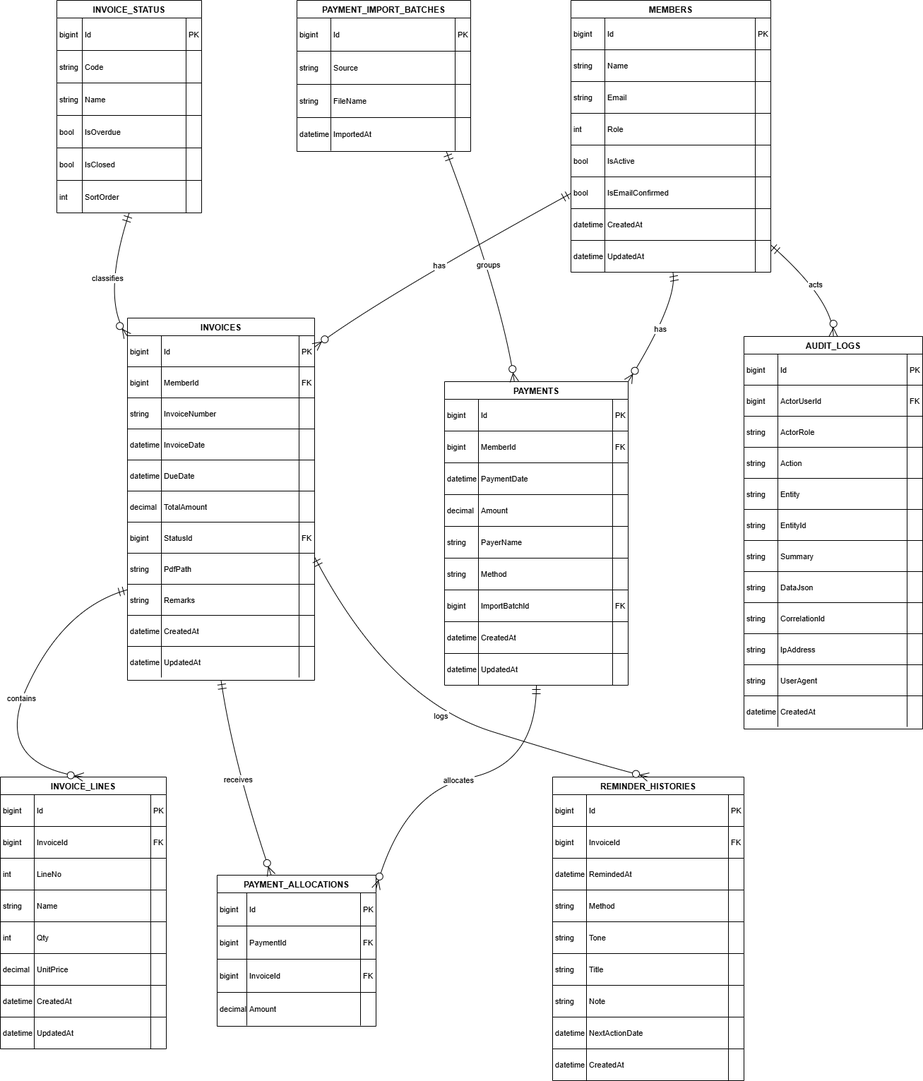
Before: docs/diagram/er-diagram.drawio.png, a diagram exported from draw.io (fewioaghwrao/Invoice-management-system-lite). Source tidied: cells renumbered, new cells last; positions are measured from the earlier drawing's top-left corner, leaving out a move shared by most shapes.
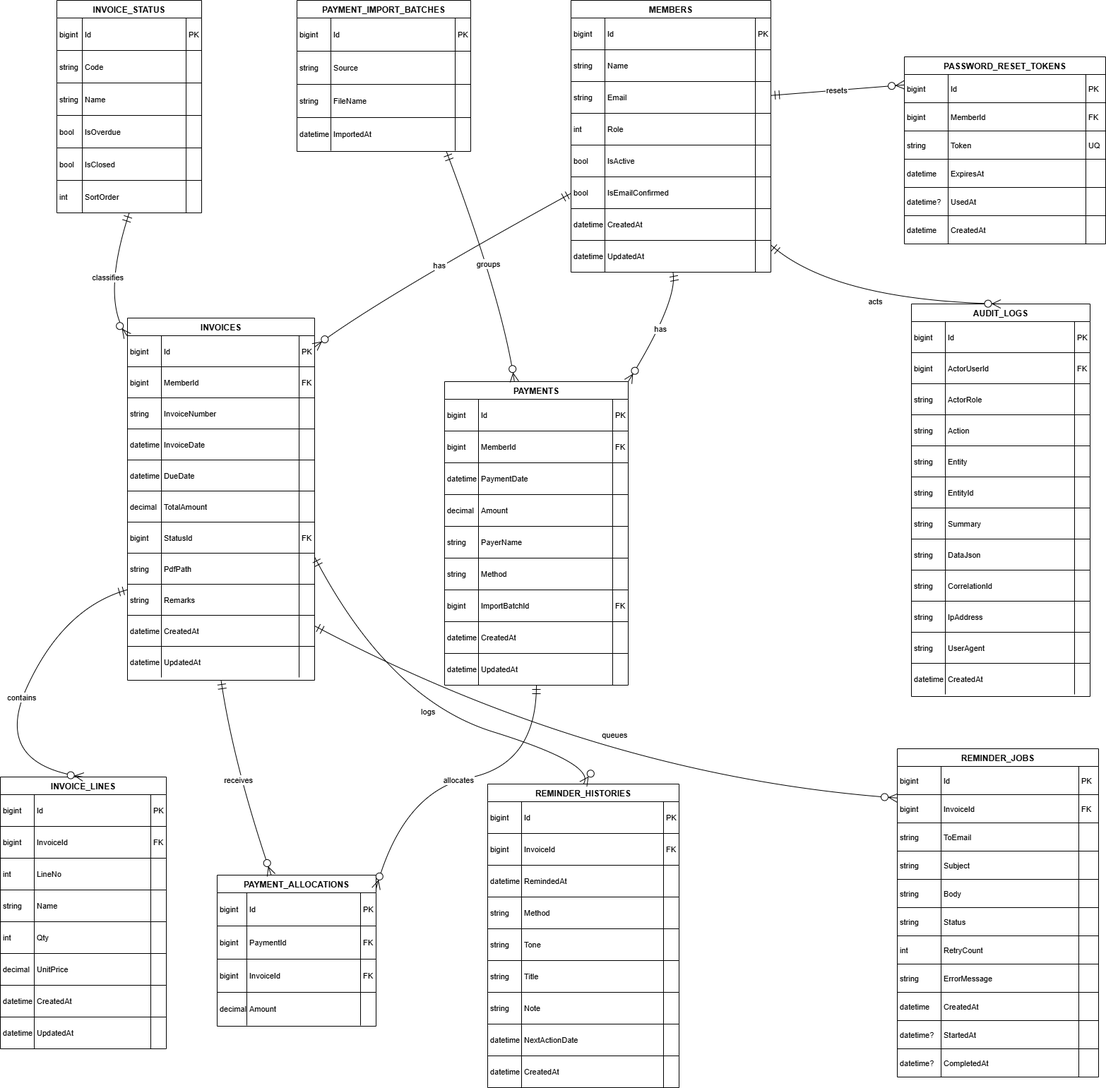
Above is the later version.

Commit message:
Update Dockerfile and diagrams

Change to the diagram source:
```diff
@@ -624,7 +624,7 @@
       <mxGeometry x="203" width="22" height="47" as="geometry" />
     </mxCell>
     <mxCell id="209" value="REMINDER_HISTORIES" style="shape=table;startSize=25;rowLines=1;fontStyle=1;align=center;" parent="1" vertex="1">
-      <mxGeometry x="795" y="1100" width="271" height="430" as="geometry" />
+      <mxGeometry x="703" y="1110" width="271" height="430" as="geometry" />
     </mxCell>
     <mxCell id="210" style="shape=tableRow;horizontal=0;startSize=0;swimlaneHead=0;swimlaneBody=0;fillColor=none;top=0;left=0;right=0;bottom=0;" parent="209" vertex="1">
       <mxGeometry y="25" width="271" height="45" as="geometry" />
@@ -735,7 +735,7 @@
       <mxGeometry x="249" width="22" height="45" as="geometry" />
     </mxCell>
     <mxCell id="246" value="AUDIT_LOGS" style="shape=table;startSize=25;rowLines=1;fontStyle=1;align=center;" parent="1" vertex="1">
-      <mxGeometry x="1066" y="476" width="253" height="556" as="geometry" />
+      <mxGeometry x="1303" y="430" width="253" height="556" as="geometry" />
     </mxCell>
     <mxCell id="247" style="shape=tableRow;horizontal=0;startSize=0;swimlaneHead=0;swimlaneBody=0;fillColor=none;top=0;left=0;right=0;bottom=0;" parent="246" vertex="1">
       <mxGeometry y="25" width="253" height="44" as="geometry" />
@@ -947,5 +947,225 @@
         </Array>
       </mxGeometry>
     </mxCell>
+    <mxCell id="304" value="PASSWORD_RESET_TOKENS" style="shape=table;startSize=25;rowLines=1;fontStyle=1;align=center;" parent="1" vertex="1">
+      <mxGeometry x="1293" y="80" width="285" height="265" as="geometry" />
+    </mxCell>
+    <mxCell id="305" style="shape=tableRow;horizontal=0;startSize=0;swimlaneHead=0;swimlaneBody=0;fillColor=none;top=0;left=0;right=0;bottom=0;" parent="304" vertex="1">
+      <mxGeometry y="25" width="285" height="40" as="geometry" />
+    </mxCell>
+    <mxCell id="306" value="bigint" style="shape=partialRectangle;fillColor=none;top=0;left=0;bottom=0;right=0;align=left;spacingLeft=2;overflow=hidden;fontSize=11;" parent="305" vertex="1">
+      <mxGeometry width="62" height="40" as="geometry" />
+    </mxCell>
+    <mxCell id="307" value="Id" style="shape=partialRectangle;fillColor=none;top=0;left=0;bottom=0;right=0;align=left;spacingLeft=2;overflow=hidden;fontSize=11;" parent="305" vertex="1">
+      <mxGeometry x="62" width="195" height="40" as="geometry" />
+    </mxCell>
+    <mxCell id="308" value="PK" style="shape=partialRectangle;fillColor=none;top=0;left=0;bottom=0;right=0;align=left;spacingLeft=2;overflow=hidden;fontSize=11;" parent="305" vertex="1">
+      <mxGeometry x="257" width="28" height="40" as="geometry" />
+    </mxCell>
+    <mxCell id="309" style="shape=tableRow;horizontal=0;startSize=0;swimlaneHead=0;swimlaneBody=0;fillColor=none;top=0;left=0;right=0;bottom=0;" parent="304" vertex="1">
+      <mxGeometry y="65" width="285" height="40" as="geometry" />
+    </mxCell>
+    <mxCell id="310" value="bigint" style="shape=partialRectangle;fillColor=none;top=0;left=0;bottom=0;right=0;align=left;spacingLeft=2;overflow=hidden;fontSize=11;" parent="309" vertex="1">
+      <mxGeometry width="62" height="40" as="geometry" />
+    </mxCell>
+    <mxCell id="311" value="MemberId" style="shape=partialRectangle;fillColor=none;top=0;left=0;bottom=0;right=0;align=left;spacingLeft=2;overflow=hidden;fontSize=11;" parent="309" vertex="1">
+      <mxGeometry x="62" width="195" height="40" as="geometry" />
+    </mxCell>
+    <mxCell id="312" value="FK" style="shape=partialRectangle;fillColor=none;top=0;left=0;bottom=0;right=0;align=left;spacingLeft=2;overflow=hidden;fontSize=11;" parent="309" vertex="1">
+      <mxGeometry x="257" width="28" height="40" as="geometry" />
+    </mxCell>
+    <mxCell id="313" style="shape=tableRow;horizontal=0;startSize=0;swimlaneHead=0;swimlaneBody=0;fillColor=none;top=0;left=0;right=0;bottom=0;" parent="304" vertex="1">
+      <mxGeometry y="105" width="285" height="40" as="geometry" />
+    </mxCell>
+    <mxCell id="314" value="string" style="shape=partialRectangle;fillColor=none;top=0;left=0;bottom=0;right=0;align=left;spacingLeft=2;overflow=hidden;fontSize=11;" parent="313" vertex="1">
+      <mxGeometry width="62" height="40" as="geometry" />
+    </mxCell>
+    <mxCell id="315" value="Token" style="shape=partialRectangle;fillColor=none;top=0;left=0;bottom=0;right=0;align=left;spacingLeft=2;overflow=hidden;fontSize=11;" parent="313" vertex="1">
+      <mxGeometry x="62" width="195" height="40" as="geometry" />
+    </mxCell>
+    <mxCell id="316" value="UQ" style="shape=partialRectangle;fillColor=none;top=0;left=0;bottom=0;right=0;align=left;spacingLeft=2;overflow=hidden;fontSize=11;" parent="313" vertex="1">
+      <mxGeometry x="257" width="28" height="40" as="geometry" />
+    </mxCell>
+    <mxCell id="317" style="shape=tableRow;horizontal=0;startSize=0;swimlaneHead=0;swimlaneBody=0;fillColor=none;top=0;left=0;right=0;bottom=0;" parent="304" vertex="1">
+      <mxGeometry y="145" width="285" height="40" as="geometry" />
+    </mxCell>
+    <mxCell id="318" value="datetime" style="shape=partialRectangle;fillColor=none;top=0;left=0;bottom=0;right=0;align=left;spacingLeft=2;overflow=hidden;fontSize=11;" parent="317" vertex="1">
+      <mxGeometry width="62" height="40" as="geometry" />
+    </mxCell>
+    <mxCell id="319" value="ExpiresAt" style="shape=partialRectangle;fillColor=none;top=0;left=0;bottom=0;right=0;align=left;spacingLeft=2;overflow=hidden;fontSize=11;" parent="317" vertex="1">
+      <mxGeometry x="62" width="195" height="40" as="geometry" />
+    </mxCell>
+    <mxCell id="320" style="shape=partialRectangle;fillColor=none;top=0;left=0;bottom=0;right=0;align=left;spacingLeft=2;overflow=hidden;fontSize=11;" parent="317" vertex="1">
+      <mxGeometry x="257" width="28" height="40" as="geometry" />
+    </mxCell>
+    <mxCell id="321" style="shape=tableRow;horizontal=0;startSize=0;swimlaneHead=0;swimlaneBody=0;fillColor=none;top=0;left=0;right=0;bottom=0;" parent="304" vertex="1">
+      <mxGeometry y="185" width="285" height="40" as="geometry" />
+    </mxCell>
+    <mxCell id="322" value="datetime?" style="shape=partialRectangle;fillColor=none;top=0;left=0;bottom=0;right=0;align=left;spacingLeft=2;overflow=hidden;fontSize=11;" parent="321" vertex="1">
+      <mxGeometry width="62" height="40" as="geometry" />
+    </mxCell>
+    <mxCell id="323" value="UsedAt" style="shape=partialRectangle;fillColor=none;top=0;left=0;bottom=0;right=0;align=left;spacingLeft=2;overflow=hidden;fontSize=11;" parent="321" vertex="1">
+      <mxGeometry x="62" width="195" height="40" as="geometry" />
+    </mxCell>
+    <mxCell id="324" style="shape=partialRectangle;fillColor=none;top=0;left=0;bottom=0;right=0;align=left;spacingLeft=2;overflow=hidden;fontSize=11;" parent="321" vertex="1">
+      <mxGeometry x="257" width="28" height="40" as="geometry" />
+    </mxCell>
+    <mxCell id="325" style="shape=tableRow;horizontal=0;startSize=0;swimlaneHead=0;swimlaneBody=0;fillColor=none;top=0;left=0;right=0;bottom=0;" parent="304" vertex="1">
+      <mxGeometry y="225" width="285" height="40" as="geometry" />
+    </mxCell>
+    <mxCell id="326" value="datetime" style="shape=partialRectangle;fillColor=none;top=0;left=0;bottom=0;right=0;align=left;spacingLeft=2;overflow=hidden;fontSize=11;" parent="325" vertex="1">
+      <mxGeometry width="62" height="40" as="geometry" />
+    </mxCell>
+    <mxCell id="327" value="CreatedAt" style="shape=partialRectangle;fillColor=none;top=0;left=0;bottom=0;right=0;align=left;spacingLeft=2;overflow=hidden;fontSize=11;" parent="325" vertex="1">
+      <mxGeometry x="62" width="195" height="40" as="geometry" />
+    </mxCell>
+    <mxCell id="328" style="shape=partialRectangle;fillColor=none;top=0;left=0;bottom=0;right=0;align=left;spacingLeft=2;overflow=hidden;fontSize=11;" parent="325" vertex="1">
+      <mxGeometry x="257" width="28" height="40" as="geometry" />
+    </mxCell>
+    <mxCell id="329" value="REMINDER_JOBS" style="shape=table;startSize=25;rowLines=1;fontStyle=1;align=center;" parent="1" vertex="1">
+      <mxGeometry x="1283" y="1060" width="285" height="465" as="geometry" />
+    </mxCell>
+    <mxCell id="330" style="shape=tableRow;horizontal=0;startSize=0;swimlaneHead=0;swimlaneBody=0;fillColor=none;top=0;left=0;right=0;bottom=0;" parent="329" vertex="1">
+      <mxGeometry y="25" width="285" height="40" as="geometry" />
+    </mxCell>
+    <mxCell id="331" value="bigint" style="shape=partialRectangle;fillColor=none;top=0;left=0;bottom=0;right=0;align=left;spacingLeft=2;overflow=hidden;fontSize=11;" parent="330" vertex="1">
+      <mxGeometry width="62" height="40" as="geometry" />
+    </mxCell>
+    <mxCell id="332" value="Id" style="shape=partialRectangle;fillColor=none;top=0;left=0;bottom=0;right=0;align=left;spacingLeft=2;overflow=hidden;fontSize=11;" parent="330" vertex="1">
+      <mxGeometry x="62" width="195" height="40" as="geometry" />
+    </mxCell>
+    <mxCell id="333" value="PK" style="shape=partialRectangle;fillColor=none;top=0;left=0;bottom=0;right=0;align=left;spacingLeft=2;overflow=hidden;fontSize=11;" parent="330" vertex="1">
+      <mxGeometry x="257" width="28" height="40" as="geometry" />
+    </mxCell>
+    <mxCell id="334" style="shape=tableRow;horizontal=0;startSize=0;swimlaneHead=0;swimlaneBody=0;fillColor=none;top=0;left=0;right=0;bottom=0;" parent="329" vertex="1">
+      <mxGeometry y="65" width="285" height="40" as="geometry" />
+    </mxCell>
+    <mxCell id="335" value="bigint" style="shape=partialRectangle;fillColor=none;top=0;left=0;bottom=0;right=0;align=left;spacingLeft=2;overflow=hidden;fontSize=11;" parent="334" vertex="1">
+      <mxGeometry width="62" height="40" as="geometry" />
+    </mxCell>
+    <mxCell id="336" value="InvoiceId" style="shape=partialRectangle;fillColor=none;top=0;left=0;bottom=0;right=0;align=left;spacingLeft=2;overflow=hidden;fontSize=11;" parent="334" vertex="1">
+      <mxGeometry x="62" width="195" height="40" as="geometry" />
+    </mxCell>
+    <mxCell id="337" value="FK" style="shape=partialRectangle;fillColor=none;top=0;left=0;bottom=0;right=0;align=left;spacingLeft=2;overflow=hidden;fontSize=11;" parent="334" vertex="1">
+      <mxGeometry x="257" width="28" height="40" as="geometry" />
+    </mxCell>
+    <mxCell id="338" style="shape=tableRow;horizontal=0;startSize=0;swimlaneHead=0;swimlaneBody=0;fillColor=none;top=0;left=0;right=0;bottom=0;" parent="329" vertex="1">
+      <mxGeometry y="105" width="285" height="40" as="geometry" />
+    </mxCell>
+    <mxCell id="339" value="string" style="shape=partialRectangle;fillColor=none;top=0;left=0;bottom=0;right=0;align=left;spacingLeft=2;overflow=hidden;fontSize=11;" parent="338" vertex="1">
+      <mxGeometry width="62" height="40" as="geometry" />
+    </mxCell>
+    <mxCell id="340" value="ToEmail" style="shape=partialRectangle;fillColor=none;top=0;left=0;bottom=0;right=0;align=left;spacingLeft=2;overflow=hidden;fontSize=11;" parent="338" vertex="1">
+      <mxGeometry x="62" width="195" height="40" as="geometry" />
+    </mxCell>
+    <mxCell id="341" style="shape=partialRectangle;fillColor=none;top=0;left=0;bottom=0;right=0;align=left;spacingLeft=2;overflow=hidden;fontSize=11;" parent="338" vertex="1">
+      <mxGeometry x="257" width="28" height="40" as="geometry" />
+    </mxCell>
+    <mxCell id="342" style="shape=tableRow;horizontal=0;startSize=0;swimlaneHead=0;swimlaneBody=0;fillColor=none;top=0;left=0;right=0;bottom=0;" parent="329" vertex="1">
+      <mxGeometry y="145" width="285" height="40" as="geometry" />
+    </mxCell>
+    <mxCell id="343" value="string" style="shape=partialRectangle;fillColor=none;top=0;left=0;bottom=0;right=0;align=left;spacingLeft=2;overflow=hidden;fontSize=11;" parent="342" vertex="1">
+      <mxGeometry width="62" height="40" as="geometry" />
+    </mxCell>
+    <mxCell id="344" value="Subject" style="shape=partialRectangle;fillColor=none;top=0;left=0;bottom=0;right=0;align=left;spacingLeft=2;overflow=hidden;fontSize=11;" parent="342" vertex="1">
+      <mxGeometry x="62" width="195" height="40" as="geometry" />
+    </mxCell>
+    <mxCell id="345" style="shape=partialRectangle;fillColor=none;top=0;left=0;bottom=0;right=0;align=left;spacingLeft=2;overflow=hidden;fontSize=11;" parent="342" vertex="1">
+      <mxGeometry x="257" width="28" height="40" as="geometry" />
+    </mxCell>
+    <mxCell id="346" style="shape=tableRow;horizontal=0;startSize=0;swimlaneHead=0;swimlaneBody=0;fillColor=none;top=0;left=0;right=0;bottom=0;" parent="329" vertex="1">
+      <mxGeometry y="185" width="285" height="40" as="geometry" />
+    </mxCell>
+    <mxCell id="347" value="string" style="shape=partialRectangle;fillColor=none;top=0;left=0;bottom=0;right=0;align=left;spacingLeft=2;overflow=hidden;fontSize=11;" parent="346" vertex="1">
+      <mxGeometry width="62" height="40" as="geometry" />
+    </mxCell>
+    <mxCell id="348" value="Body" style="shape=partialRectangle;fillColor=none;top=0;left=0;bottom=0;right=0;align=left;spacingLeft=2;overflow=hidden;fontSize=11;" parent="346" vertex="1">
+      <mxGeometry x="62" width="195" height="40" as="geometry" />
+    </mxCell>
+    <mxCell id="349" style="shape=partialRectangle;fillColor=none;top=0;left=0;bottom=0;right=0;align=left;spacingLeft=2;overflow=hidden;fontSize=11;" parent="346" vertex="1">
+      <mxGeometry x="257" width="28" height="40" as="geometry" />
+    </mxCell>
+    <mxCell id="350" style="shape=tableRow;horizontal=0;startSize=0;swimlaneHead=0;swimlaneBody=0;fillColor=none;top=0;left=0;right=0;bottom=0;" parent="329" vertex="1">
+      <mxGeometry y="225" width="285" height="40" as="geometry" />
+    </mxCell>
+    <mxCell id="351" value="string" style="shape=partialRectangle;fillColor=none;top=0;left=0;bottom=0;right=0;align=left;spacingLeft=2;overflow=hidden;fontSize=11;" parent="350" vertex="1">
+      <mxGeometry width="62" height="40" as="geometry" />
+    </mxCell>
+    <mxCell id="352" value="Status" style="shape=partialRectangle;fillColor=none;top=0;left=0;bottom=0;right=0;align=left;spacingLeft=2;overflow=hidden;fontSize=11;" parent="350" vertex="1">
+      <mxGeometry x="62" width="195" height="40" as="geometry" />
+    </mxCell>
+    <mxCell id="353" style="shape=partialRectangle;fillColor=none;top=0;left=0;bottom=0;right=0;align=left;spacingLeft=2;overflow=hidden;fontSize=11;" parent="350" vertex="1">
+      <mxGeometry x="257" width="28" height="40" as="geometry" />
+    </mxCell>
+    <mxCell id="354" style="shape=tableRow;horizontal=0;startSize=0;swimlaneHead=0;swimlaneBody=0;fillColor=none;top=0;left=0;right=0;bottom=0;" parent="329" vertex="1">
+      <mxGeometry y="265" width="285" height="40" as="geometry" />
+    </mxCell>
+    <mxCell id="355" value="int" style="shape=partialRectangle;fillColor=none;top=0;left=0;bottom=0;right=0;align=left;spacingLeft=2;overflow=hidden;fontSize=11;" parent="354" vertex="1">
+      <mxGeometry width="62" height="40" as="geometry" />
+    </mxCell>
+    <mxCell id="356" value="RetryCount" style="shape=partialRectangle;fillColor=none;top=0;left=0;bottom=0;right=0;align=left;spacingLeft=2;overflow=hidden;fontSize=11;" parent="354" vertex="1">
+      <mxGeometry x="62" width="195" height="40" as="geometry" />
+    </mxCell>
+    <mxCell id="357" style="shape=partialRectangle;fillColor=none;top=0;left=0;bottom=0;right=0;align=left;spacingLeft=2;overflow=hidden;fontSize=11;" parent="354" vertex="1">
+      <mxGeometry x="257" width="28" height="40" as="geometry" />
+    </mxCell>
+    <mxCell id="358" style="shape=tableRow;horizontal=0;startSize=0;swimlaneHead=0;swimlaneBody=0;fillColor=none;top=0;left=0;right=0;bottom=0;" parent="329" vertex="1">
+      <mxGeometry y="305" width="285" height="40" as="geometry" />
+    </mxCell>
+    <mxCell id="359" value="string" style="shape=partialRectangle;fillColor=none;top=0;left=0;bottom=0;right=0;align=left;spacingLeft=2;overflow=hidden;fontSize=11;" parent="358" vertex="1">
+      <mxGeometry width="62" height="40" as="geometry" />
+    </mxCell>
+    <mxCell id="360" value="ErrorMessage" style="shape=partialRectangle;fillColor=none;top=0;left=0;bottom=0;right=0;align=left;spacingLeft=2;overflow=hidden;fontSize=11;" parent="358" vertex="1">
+      <mxGeometry x="62" width="195" height="40" as="geometry" />
+    </mxCell>
+    <mxCell id="361" style="shape=partialRectangle;fillColor=none;top=0;left=0;bottom=0;right=0;align=left;spacingLeft=2;overflow=hidden;fontSize=11;" parent="358" vertex="1">
+      <mxGeometry x="257" width="28" height="40" as="geometry" />
+    </mxCell>
+    <mxCell id="362" style="shape=tableRow;horizontal=0;startSize=0;swimlaneHead=0;swimlaneBody=0;fillColor=none;top=0;left=0;right=0;bottom=0;" parent="329" vertex="1">
+      <mxGeometry y="345" width="285" height="40" as="geometry" />
+    </mxCell>
+    <mxCell id="363" value="datetime" style="shape=partialRectangle;fillColor=none;top=0;left=0;bottom=0;right=0;align=left;spacingLeft=2;overflow=hidden;fontSize=11;" parent="362" vertex="1">
+      <mxGeometry width="62" height="40" as="geometry" />
+    </mxCell>
+    <mxCell id="364" value="CreatedAt" style="shape=partialRectangle;fillColor=none;top=0;left=0;bottom=0;right=0;align=left;spacingLeft=2;overflow=hidden;fontSize=11;" parent="362" vertex="1">
+      <mxGeometry x="62" width="195" height="40" as="geometry" />
+    </mxCell>
+    <mxCell id="365" style="shape=partialRectangle;fillColor=none;top=0;left=0;bottom=0;right=0;align=left;spacingLeft=2;overflow=hidden;fontSize=11;" parent="362" vertex="1">
+      <mxGeometry x="257" width="28" height="40" as="geometry" />
+    </mxCell>
+    <mxCell id="366" style="shape=tableRow;horizontal=0;startSize=0;swimlaneHead=0;swimlaneBody=0;fillColor=none;top=0;left=0;right=0;bottom=0;" parent="329" vertex="1">
+      <mxGeometry y="385" width="285" height="40" as="geometry" />
+    </mxCell>
+    <mxCell id="367" value="datetime?" style="shape=partialRectangle;fillColor=none;top=0;left=0;bottom=0;right=0;align=left;spacingLeft=2;overflow=hidden;fontSize=11;" parent="366" vertex="1">
+      <mxGeometry width="62" height="40" as="geometry" />
+    </mxCell>
+    <mxCell id="368" value="StartedAt" style="shape=partialRectangle;fillColor=none;top=0;left=0;bottom=0;right=0;align=left;spacingLeft=2;overflow=hidden;fontSize=11;" parent="366" vertex="1">
+      <mxGeometry x="62" width="195" height="40" as="geometry" />
+    </mxCell>
+    <mxCell id="369" style="shape=partialRectangle;fillColor=none;top=0;left=0;bottom=0;right=0;align=left;spacingLeft=2;overflow=hidden;fontSize=11;" parent="366" vertex="1">
+      <mxGeometry x="257" width="28" height="40" as="geometry" />
+    </mxCell>
+    <mxCell id="370" style="shape=tableRow;horizontal=0;startSize=0;swimlaneHead=0;swimlaneBody=0;fillColor=none;top=0;left=0;right=0;bottom=0;" parent="329" vertex="1">
+      <mxGeometry y="425" width="285" height="40" as="geometry" />
+    </mxCell>
+    <mxCell id="371" value="datetime?" style="shape=partialRectangle;fillColor=none;top=0;left=0;bottom=0;right=0;align=left;spacingLeft=2;overflow=hidden;fontSize=11;" parent="370" vertex="1">
+      <mxGeometry width="62" height="40" as="geometry" />
+    </mxCell>
+    <mxCell id="372" value="CompletedAt" style="shape=partialRectangle;fillColor=none;top=0;left=0;bottom=0;right=0;align=left;spacingLeft=2;overflow=hidden;fontSize=11;" parent="370" vertex="1">
+      <mxGeometry x="62" width="195" height="40" as="geometry" />
+    </mxCell>
+    <mxCell id="373" style="shape=partialRectangle;fillColor=none;top=0;left=0;bottom=0;right=0;align=left;spacingLeft=2;overflow=hidden;fontSize=11;" parent="370" vertex="1">
+      <mxGeometry x="257" width="28" height="40" as="geometry" />
+    </mxCell>
+    <mxCell id="374" value="resets" style="curved=1;startArrow=ERmandOne;startSize=10;endArrow=ERzeroToMany;endSize=10;rounded=0;exitX=1;exitY=0.35;entryX=0;entryY=0.15;" parent="1" edge="1" source="2" target="304">
+      <mxGeometry relative="1" as="geometry" />
+    </mxCell>
+    <mxCell id="375" value="queues" style="curved=1;startArrow=ERmandOne;startSize=10;endArrow=ERzeroToMany;endSize=10;rounded=0;exitX=1;exitY=0.85;entryX=0;entryY=0.15;" parent="1" edge="1" source="77" target="329">
+      <mxGeometry x="0.08" y="61" relative="1" as="geometry">
+        <Array as="points">
+          <mxPoint x="863" y="1100" />
+        </Array>
+      </mxGeometry>
+    </mxCell>
   </root>
 </mxGraphModel>
```
